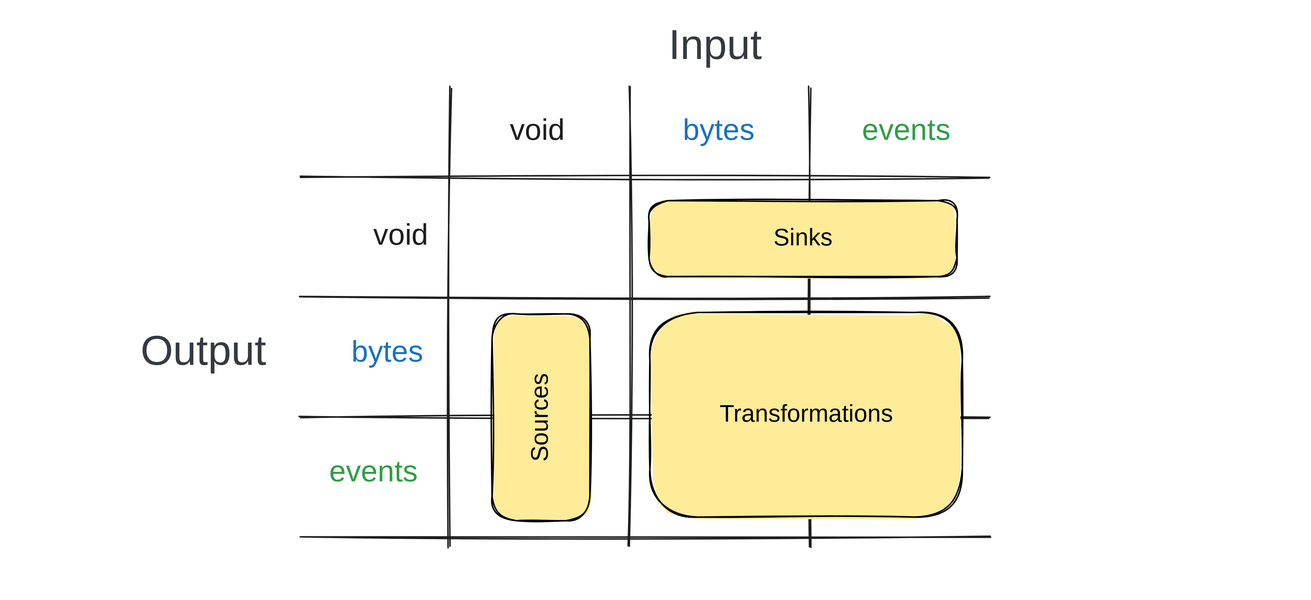
The Excalidraw diagram web/docs/operator-types.excalidraw.svg in tenzir/tenzir, before a commit. Source tidied: one line per element, renumbered; positions are measured from the earlier drawing's top-left corner, leaving out a move shared by most shapes.
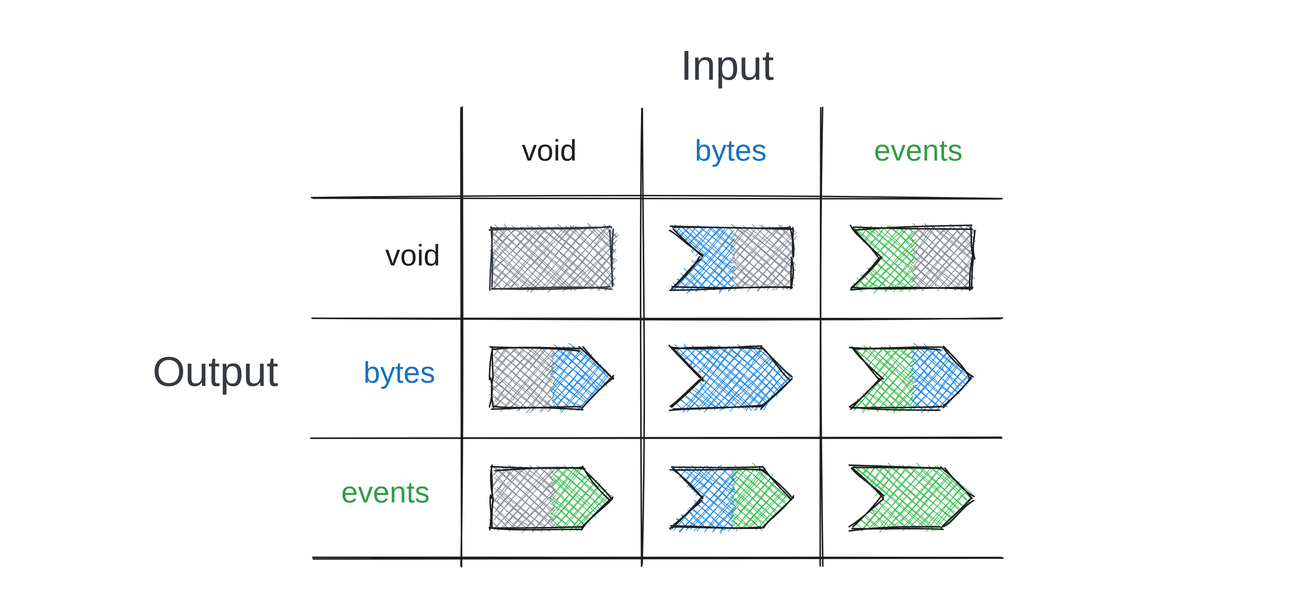
Later version of the same file.

Commit message:
Add operator types to summary

The edit, as a diff of the source:
```diff
@@ -1,22 +1,37 @@
-{"id": 0, "type": "line", "strokeColor": "#1e1e1e", "backgroundColor": "#868e96", "fillStyle": "cross-hatch", "strokeWidth": 1, "roughness": 1, "x": 300, "y": 58, "width": 0, "height": 306, "points": [[0, 0], [0, 306]]}
-{"id": 1, "type": "line", "strokeColor": "#1e1e1e", "backgroundColor": "#868e96", "fillStyle": "cross-hatch", "strokeWidth": 1, "roughness": 1, "x": 660, "y": 118, "width": 460, "height": 0, "points": [[0, 0], [-460, 0]]}
-{"id": 2, "type": "line", "strokeColor": "#1e1e1e", "backgroundColor": "#868e96", "fillStyle": "cross-hatch", "strokeWidth": 1, "roughness": 1, "x": 660, "y": 198, "width": 460, "height": 0, "points": [[0, 0], [-460, 0]]}
-{"id": 3, "type": "line", "strokeColor": "#1e1e1e", "backgroundColor": "#868e96", "fillStyle": "cross-hatch", "strokeWidth": 1, "roughness": 1, "x": 660, "y": 278, "width": 460, "height": 0, "points": [[0, 0], [-460, 0]]}
-{"id": 4, "type": "line", "strokeColor": "#1e1e1e", "backgroundColor": "#868e96", "fillStyle": "cross-hatch", "strokeWidth": 1, "roughness": 1, "x": 660, "y": 358, "width": 460, "height": 0, "points": [[0, 0], [-460, 0]]}
-{"id": 5, "type": "line", "strokeColor": "#1e1e1e", "backgroundColor": "#868e96", "fillStyle": "cross-hatch", "strokeWidth": 1, "roughness": 1, "x": 420, "y": 58, "width": 0, "height": 306, "points": [[0, 0], [0, 306]]}
-{"id": 6, "type": "line", "strokeColor": "#1e1e1e", "backgroundColor": "#868e96", "fillStyle": "cross-hatch", "strokeWidth": 1, "roughness": 1, "x": 540, "y": 58, "width": 0, "height": 306, "points": [[0, 0], [0, 306]]}
-{"id": 7, "type": "text", "text": "void", "strokeColor": "#1e1e1e", "backgroundColor": "#40c057", "fillStyle": "cross-hatch", "strokeWidth": 1, "roughness": 1, "fontSize": 20, "fontFamily": 3, "textAlign": "center", "x": 335, "y": 75, "width": 47, "height": 24}
-{"id": 8, "type": "text", "text": "bytes", "strokeColor": "#1971c2", "backgroundColor": "#40c057", "fillStyle": "cross-hatch", "strokeWidth": 1, "roughness": 1, "fontSize": 20, "fontFamily": 3, "textAlign": "center", "x": 450, "y": 75, "width": 59, "height": 24}
-{"id": 9, "type": "text", "text": "events", "strokeColor": "#2f9e44", "backgroundColor": "#40c057", "fillStyle": "cross-hatch", "strokeWidth": 1, "roughness": 1, "fontSize": 20, "fontFamily": 3, "textAlign": "center", "x": 569, "y": 75, "width": 70, "height": 24}
-{"id": 10, "type": "text", "text": "bytes", "strokeColor": "#1971c2", "backgroundColor": "#40c057", "fillStyle": "cross-hatch", "strokeWidth": 1, "roughness": 1, "fontSize": 20, "fontFamily": 3, "textAlign": "right", "x": 223, "y": 223, "width": 59, "height": 24}
-{"id": 11, "type": "text", "text": "events", "strokeColor": "#2f9e44", "backgroundColor": "#40c057", "fillStyle": "cross-hatch", "strokeWidth": 1, "roughness": 1, "fontSize": 20, "fontFamily": 3, "textAlign": "right", "x": 208, "y": 303, "width": 70, "height": 24}
-{"id": 12, "type": "text", "text": "void", "strokeColor": "#1e1e1e", "backgroundColor": "#40c057", "fillStyle": "cross-hatch", "strokeWidth": 1, "roughness": 1, "fontSize": 20, "fontFamily": 3, "textAlign": "right", "x": 239, "y": 145, "width": 47, "height": 24}
+{"id": 22, "type": "line", "strokeColor": "transparent", "backgroundColor": "#228be6", "fillStyle": "cross-hatch", "strokeWidth": 1, "roughness": 1, "x": 360, "y": 218, "width": 40, "height": 40, "points": [[0, 0], [0, 40], [20, 40], [40, 20], [20, 0], [0, 0]]}
+{"id": 23, "type": "line", "strokeColor": "transparent", "backgroundColor": "#868e96", "fillStyle": "cross-hatch", "strokeWidth": 1, "roughness": 1, "x": 320, "y": 218, "width": 42, "height": 40, "points": [[0, 0], [0, 20], [-2, 40], [40, 40], [40, 0], [0, 0]]}
+{"id": 24, "type": "line", "strokeColor": "#1e1e1e", "strokeWidth": 1, "roughness": 1, "x": 320, "y": 218, "width": 80, "height": 40, "points": [[0, 0], [0, 20], [0, 40], [60, 40], [80, 20], [60, 0], [0, 0]]}
+{"id": 25, "type": "line", "strokeColor": "#1e1e1e", "backgroundColor": "#868e96", "fillStyle": "cross-hatch", "strokeWidth": 1, "roughness": 1, "x": 300, "y": 58, "width": 0, "height": 306, "points": [[0, 0], [0, 306]]}
+{"id": 26, "type": "line", "strokeColor": "#1e1e1e", "backgroundColor": "#868e96", "fillStyle": "cross-hatch", "strokeWidth": 1, "roughness": 1, "x": 660, "y": 118, "width": 460, "height": 0, "points": [[0, 0], [-460, 0]]}
+{"id": 27, "type": "line", "strokeColor": "#1e1e1e", "backgroundColor": "#868e96", "fillStyle": "cross-hatch", "strokeWidth": 1, "roughness": 1, "x": 660, "y": 198, "width": 460, "height": 0, "points": [[0, 0], [-460, 0]]}
+{"id": 28, "type": "line", "strokeColor": "#1e1e1e", "backgroundColor": "#868e96", "fillStyle": "cross-hatch", "strokeWidth": 1, "roughness": 1, "x": 660, "y": 278, "width": 460, "height": 0, "points": [[0, 0], [-460, 0]]}
+{"id": 29, "type": "line", "strokeColor": "#1e1e1e", "backgroundColor": "#868e96", "fillStyle": "cross-hatch", "strokeWidth": 1, "roughness": 1, "x": 660, "y": 358, "width": 460, "height": 0, "points": [[0, 0], [-460, 0]]}
+{"id": 30, "type": "line", "strokeColor": "#1e1e1e", "backgroundColor": "#868e96", "fillStyle": "cross-hatch", "strokeWidth": 1, "roughness": 1, "x": 420, "y": 58, "width": 0, "height": 306, "points": [[0, 0], [0, 306]]}
+{"id": 31, "type": "line", "strokeColor": "transparent", "backgroundColor": "#40c057", "fillStyle": "cross-hatch", "strokeWidth": 1, "roughness": 1, "x": 360, "y": 298, "width": 40, "height": 40, "points": [[0, 0], [0, 40], [20, 40], [40, 20], [20, 0], [0, 0]]}
+{"id": 32, "type": "line", "strokeColor": "transparent", "backgroundColor": "#868e96", "fillStyle": "cross-hatch", "strokeWidth": 1, "roughness": 1, "x": 320, "y": 298, "width": 42, "height": 40, "points": [[0, 0], [0, 20], [-2, 40], [40, 40], [40, 0], [0, 0]]}
+{"id": 33, "type": "line", "strokeColor": "#1e1e1e", "strokeWidth": 1, "roughness": 1, "x": 320, "y": 298, "width": 80, "height": 40, "points": [[0, 0], [0, 20], [0, 40], [60, 40], [80, 20], [60, 0], [0, 0]]}
+{"id": 34, "type": "line", "strokeColor": "#1e1e1e", "backgroundColor": "#228be6", "fillStyle": "cross-hatch", "strokeWidth": 1, "roughness": 1, "x": 440, "y": 218, "width": 80, "height": 40, "points": [[0, 0], [20, 20], [0, 40], [60, 40], [80, 20], [60, 0], [0, 0]]}
+{"id": 35, "type": "line", "strokeColor": "#1e1e1e", "backgroundColor": "#868e96", "fillStyle": "cross-hatch", "strokeWidth": 1, "roughness": 1, "x": 540, "y": 58, "width": 0, "height": 306, "points": [[0, 0], [0, 306]]}
+{"id": 36, "type": "text", "text": "void", "strokeColor": "#1e1e1e", "backgroundColor": "#40c057", "fillStyle": "cross-hatch", "strokeWidth": 1, "roughness": 1, "fontSize": 20, "fontFamily": 3, "textAlign": "center", "x": 335, "y": 75, "width": 47, "height": 24}
+{"id": 37, "type": "text", "text": "bytes", "strokeColor": "#1971c2", "backgroundColor": "#40c057", "fillStyle": "cross-hatch", "strokeWidth": 1, "roughness": 1, "fontSize": 20, "fontFamily": 3, "textAlign": "center", "x": 450, "y": 75, "width": 59, "height": 24}
+{"id": 38, "type": "text", "text": "events", "strokeColor": "#2f9e44", "backgroundColor": "#40c057", "fillStyle": "cross-hatch", "strokeWidth": 1, "roughness": 1, "fontSize": 20, "fontFamily": 3, "textAlign": "center", "x": 569, "y": 75, "width": 70, "height": 24}
+{"id": 39, "type": "text", "text": "bytes", "strokeColor": "#1971c2", "backgroundColor": "#40c057", "fillStyle": "cross-hatch", "strokeWidth": 1, "roughness": 1, "fontSize": 20, "fontFamily": 3, "textAlign": "right", "x": 223, "y": 223, "width": 59, "height": 24}
+{"id": 40, "type": "text", "text": "events", "strokeColor": "#2f9e44", "backgroundColor": "#40c057", "fillStyle": "cross-hatch", "strokeWidth": 1, "roughness": 1, "fontSize": 20, "fontFamily": 3, "textAlign": "right", "x": 208, "y": 303, "width": 70, "height": 24}
+{"id": 41, "type": "text", "text": "void", "strokeColor": "#1e1e1e", "backgroundColor": "#40c057", "fillStyle": "cross-hatch", "strokeWidth": 1, "roughness": 1, "fontSize": 20, "fontFamily": 3, "textAlign": "right", "x": 239, "y": 145, "width": 47, "height": 24}
+{"id": 42, "type": "line", "strokeColor": "transparent", "backgroundColor": "#868e96", "fillStyle": "cross-hatch", "strokeWidth": 1, "roughness": 1, "x": 600, "y": 138, "width": 40, "height": 40, "points": [[0, 0], [0, 40], [40, 40], [40, 20], [40, 0], [0, 0]]}
+{"id": 43, "type": "line", "strokeColor": "transparent", "backgroundColor": "#40c057", "fillStyle": "cross-hatch", "strokeWidth": 1, "roughness": 1, "x": 560, "y": 138, "width": 42, "height": 40, "points": [[0, 0], [18, 20], [-2, 40], [40, 40], [40, 0], [0, 0]]}
+{"id": 44, "type": "line", "strokeColor": "#1e1e1e", "strokeWidth": 1, "roughness": 1, "x": 560, "y": 138, "width": 80, "height": 40, "points": [[0, 0], [20, 20], [0, 40], [80, 40], [80, 20], [80, 0], [0, 0]]}
+{"id": 45, "type": "rectangle", "strokeColor": "#343a40", "backgroundColor": "#868e96", "fillStyle": "cross-hatch", "strokeWidth": 1, "roughness": 1, "x": 320, "y": 138, "width": 80, "height": 40}
 {"id": 13, "type": "text", "text": "Input", "strokeColor": "#343a40", "backgroundColor": "#868e96", "fillStyle": "cross-hatch", "strokeWidth": 1, "roughness": 1, "fontSize": 28, "fontFamily": 1, "textAlign": "center", "x": 440, "y": 14, "width": 74, "height": 35}
 {"id": 14, "type": "text", "text": "Output", "strokeColor": "#343a40", "backgroundColor": "#868e96", "fillStyle": "cross-hatch", "strokeWidth": 1, "roughness": 1, "fontSize": 28, "fontFamily": 1, "textAlign": "right", "x": 80, "y": 218, "width": 98, "height": 35}
-{"id": 15, "type": "rectangle", "strokeColor": "#000000", "backgroundColor": "#ffec99", "fillStyle": "solid", "strokeWidth": 1, "roughness": 1, "round": true, "x": 433, "y": 208, "width": 208, "height": 136}
-{"id": 16, "type": "text", "text": "Transformations", "strokeColor": "#000000", "backgroundColor": "#228be6", "fillStyle": "cross-hatch", "strokeWidth": 1, "roughness": 1, "fontSize": 16, "fontFamily": 1, "textAlign": "center", "verticalAlign": "middle", "inside": 15, "x": 473, "y": 267, "width": 128, "height": 20}
-{"id": 17, "type": "rectangle", "strokeColor": "#000000", "angle": 4.71, "backgroundColor": "#ffec99", "fillStyle": "solid", "strokeWidth": 1, "roughness": 1, "round": true, "x": 292, "y": 246, "width": 138, "height": 65}
-{"id": 18, "type": "text", "text": "Sources", "strokeColor": "#000000", "angle": 4.71, "backgroundColor": "#228be6", "fillStyle": "cross-hatch", "strokeWidth": 1, "roughness": 1, "fontSize": 16, "fontFamily": 1, "textAlign": "center", "verticalAlign": "middle", "inside": 17, "x": 331, "y": 268, "width": 60, "height": 20}
-{"id": 19, "type": "rectangle", "strokeColor": "#000000", "backgroundColor": "#ffec99", "fillStyle": "solid", "strokeWidth": 1, "roughness": 1, "round": true, "x": 433, "y": 134, "width": 205, "height": 51}
-{"id": 20, "type": "text", "text": "Sinks", "strokeColor": "#000000", "backgroundColor": "#228be6", "fillStyle": "cross-hatch", "strokeWidth": 1, "roughness": 1, "fontSize": 16, "fontFamily": 1, "textAlign": "center", "verticalAlign": "middle", "inside": 19, "x": 517, "y": 149, "width": 37, "height": 20}
-{"id": 21, "type": "frame", "strokeColor": "#1e1e1e", "strokeWidth": 1, "roughness": 1, "x": 0, "y": 0, "width": 854, "height": 380}
+{"id": 46, "type": "line", "strokeColor": "transparent", "backgroundColor": "#40c057", "fillStyle": "cross-hatch", "strokeWidth": 1, "roughness": 1, "x": 480, "y": 298, "width": 40, "height": 40, "points": [[0, 0], [0, 40], [20, 40], [40, 20], [20, 0], [0, 0]]}
+{"id": 47, "type": "line", "strokeColor": "transparent", "backgroundColor": "#228be6", "fillStyle": "cross-hatch", "strokeWidth": 1, "roughness": 1, "x": 440, "y": 298, "width": 42, "height": 40, "points": [[0, 0], [18, 20], [-2, 40], [40, 40], [40, 0], [0, 0]]}
+{"id": 48, "type": "line", "strokeColor": "#1e1e1e", "strokeWidth": 1, "roughness": 1, "x": 440, "y": 298, "width": 80, "height": 40, "points": [[0, 0], [20, 20], [0, 40], [60, 40], [80, 20], [60, 0], [0, 0]]}
+{"id": 49, "type": "line", "strokeColor": "transparent", "backgroundColor": "#228be6", "fillStyle": "cross-hatch", "strokeWidth": 1, "roughness": 1, "x": 600, "y": 218, "width": 40, "height": 40, "points": [[0, 0], [0, 40], [20, 40], [40, 20], [20, 0], [0, 0]]}
+{"id": 50, "type": "line", "strokeColor": "transparent", "backgroundColor": "#40c057", "fillStyle": "cross-hatch", "strokeWidth": 1, "roughness": 1, "x": 560, "y": 218, "width": 42, "height": 40, "points": [[0, 0], [18, 20], [-2, 40], [40, 40], [40, 0], [0, 0]]}
+{"id": 51, "type": "line", "strokeColor": "#1e1e1e", "strokeWidth": 1, "roughness": 1, "x": 560, "y": 218, "width": 80, "height": 40, "points": [[0, 0], [20, 20], [0, 40], [60, 40], [80, 20], [60, 0], [0, 0]]}
+{"id": 52, "type": "line", "strokeColor": "transparent", "backgroundColor": "#868e96", "fillStyle": "cross-hatch", "strokeWidth": 1, "roughness": 1, "x": 480, "y": 138, "width": 40, "height": 40, "points": [[0, 0], [0, 40], [40, 40], [40, 20], [40, 0], [0, 0]]}
+{"id": 53, "type": "line", "strokeColor": "transparent", "backgroundColor": "#228be6", "fillStyle": "cross-hatch", "strokeWidth": 1, "roughness": 1, "x": 440, "y": 138, "width": 42, "height": 40, "points": [[0, 0], [18, 20], [-2, 40], [40, 40], [40, 0], [0, 0]]}
+{"id": 54, "type": "line", "strokeColor": "#1e1e1e", "strokeWidth": 1, "roughness": 1, "x": 440, "y": 138, "width": 80, "height": 40, "points": [[0, 0], [20, 20], [0, 40], [80, 40], [80, 20], [80, 0], [0, 0]]}
+{"id": 55, "type": "line", "strokeColor": "#1e1e1e", "backgroundColor": "#40c057", "fillStyle": "cross-hatch", "strokeWidth": 1, "roughness": 1, "x": 560, "y": 298, "width": 80, "height": 40, "points": [[0, 0], [20, 20], [0, 40], [60, 40], [80, 20], [60, 0], [0, 0]]}
+{"id": 56, "type": "frame", "strokeColor": "#1e1e1e", "strokeWidth": 1, "roughness": 1, "x": 2, "y": -4, "width": 854, "height": 380}
```
